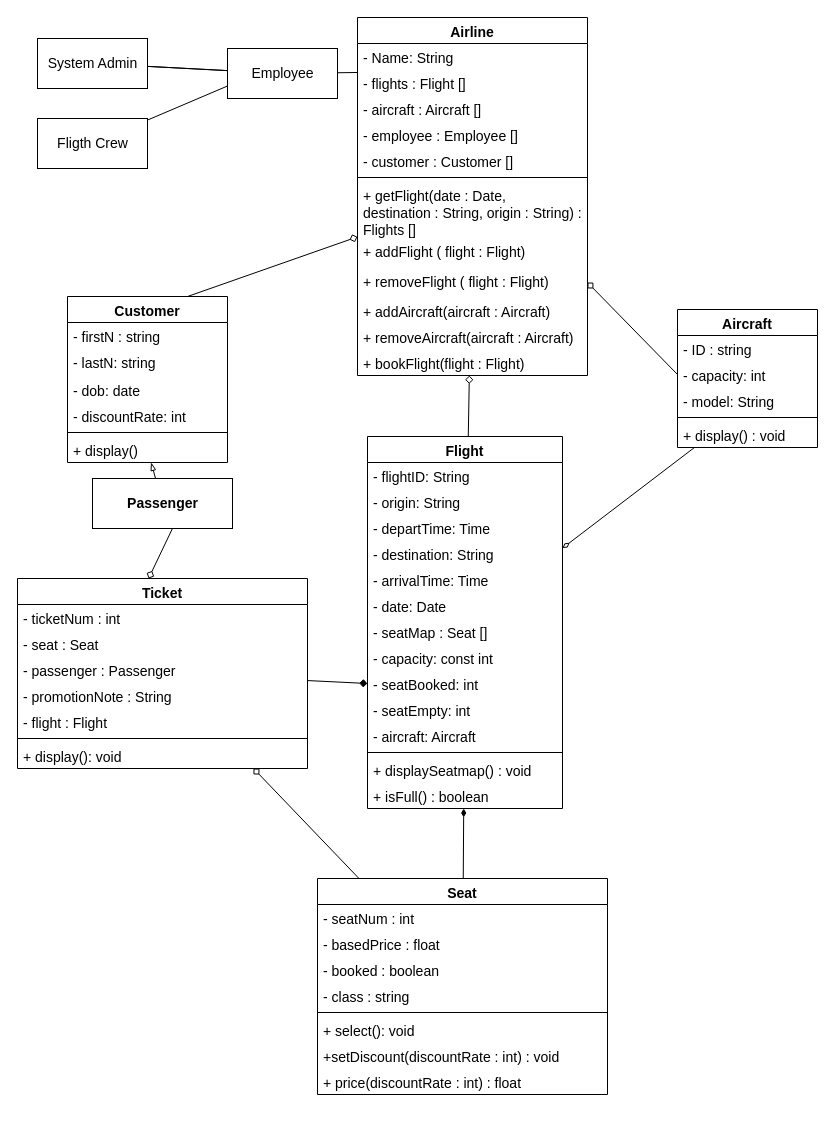
ESDiep/FlightReservationProject keeps this draw.io diagram as P2_Domain_Diagram/domain_full.drawio. Above is the earlier version. Source tidied: cells renumbered, new cells numbered last; positions are measured from the earlier drawing's top-left corner, leaving out a move shared by most shapes. Both pictures are drawn from the tidied source at 100%, with x=0, y=0 at pixel (17, 17).
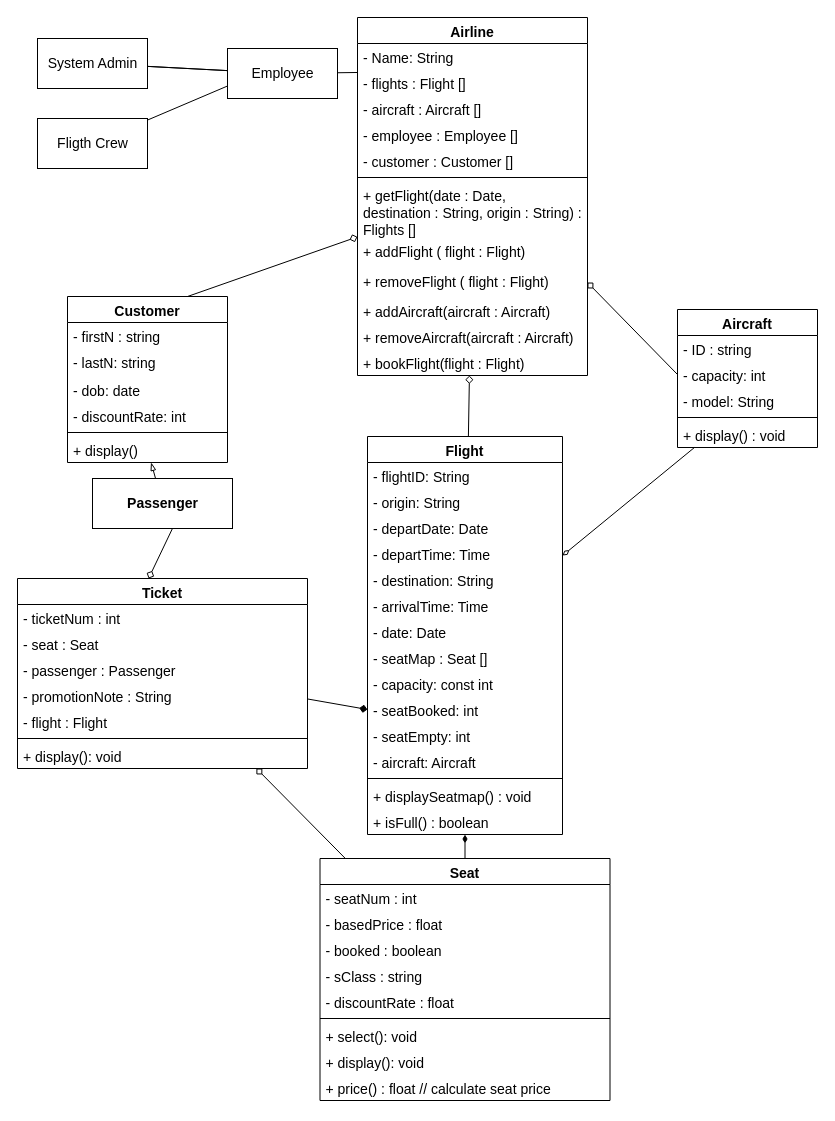
The same diagram, later.

Change to the diagram source:
```diff
@@
     <mxCell id="28" value="Flight" style="swimlane;fontStyle=1;align=center;verticalAlign=top;horizontal=1;startSize=26;fontSize=14;" parent="1" vertex="1">
-      <mxGeometry x="350" y="419" width="195" height="372" as="geometry" />
+      <mxGeometry x="350" y="419" width="195" height="398" as="geometry" />
     </mxCell>
@@
+    <mxCell id="77" value="- departDate: Date&#10;" style="text;strokeColor=none;fillColor=none;align=left;verticalAlign=top;spacingLeft=4;spacingRight=4;overflow=hidden;fontSize=14;" parent="28" vertex="1">
+      <mxGeometry y="78" width="195" height="26" as="geometry" />
+    </mxCell>
     <mxCell id="31" value="- departTime: Time&#10;" style="text;strokeColor=none;fillColor=none;align=left;verticalAlign=top;spacingLeft=4;spacingRight=4;overflow=hidden;fontSize=14;" parent="28" vertex="1">
-      <mxGeometry y="78" width="195" height="26" as="geometry" />
+      <mxGeometry y="104" width="195" height="26" as="geometry" />
     </mxCell>
     <mxCell id="32" value="- destination: String&#10;" style="text;strokeColor=none;fillColor=none;align=left;verticalAlign=top;spacingLeft=4;spacingRight=4;overflow=hidden;fontSize=14;" parent="28" vertex="1">
-      <mxGeometry y="104" width="195" height="26" as="geometry" />
+      <mxGeometry y="130" width="195" height="26" as="geometry" />
     </mxCell>
     <mxCell id="33" value="- arrivalTime: Time&#10;" style="text;strokeColor=none;fillColor=none;align=left;verticalAlign=top;spacingLeft=4;spacingRight=4;overflow=hidden;fontSize=14;" parent="28" vertex="1">
-      <mxGeometry y="130" width="195" height="26" as="geometry" />
+      <mxGeometry y="156" width="195" height="26" as="geometry" />
     </mxCell>
     <mxCell id="34" value="- date: Date&#10;" style="text;strokeColor=none;fillColor=none;align=left;verticalAlign=top;spacingLeft=4;spacingRight=4;overflow=hidden;fontSize=14;" parent="28" vertex="1">
-      <mxGeometry y="156" width="195" height="26" as="geometry" />
+      <mxGeometry y="182" width="195" height="26" as="geometry" />
     </mxCell>
     <mxCell id="35" value="- seatMap : Seat []" style="text;strokeColor=none;fillColor=none;align=left;verticalAlign=top;spacingLeft=4;spacingRight=4;overflow=hidden;fontSize=14;" parent="28" vertex="1">
-      <mxGeometry y="182" width="195" height="26" as="geometry" />
+      <mxGeometry y="208" width="195" height="26" as="geometry" />
     </mxCell>
     <mxCell id="36" value="- capacity: const int" style="text;strokeColor=none;fillColor=none;align=left;verticalAlign=top;spacingLeft=4;spacingRight=4;overflow=hidden;fontSize=14;" parent="28" vertex="1">
-      <mxGeometry y="208" width="195" height="26" as="geometry" />
+      <mxGeometry y="234" width="195" height="26" as="geometry" />
     </mxCell>
     <mxCell id="37" value="- seatBooked: int" style="text;strokeColor=none;fillColor=none;align=left;verticalAlign=top;spacingLeft=4;spacingRight=4;overflow=hidden;points=[[0,0.5],[1,0.5]];portConstraint=eastwest;fontSize=14;" parent="28" vertex="1">
-      <mxGeometry y="234" width="195" height="26" as="geometry" />
+      <mxGeometry y="260" width="195" height="26" as="geometry" />
     </mxCell>
     <mxCell id="38" value="- seatEmpty: int" style="text;strokeColor=none;fillColor=none;align=left;verticalAlign=top;spacingLeft=4;spacingRight=4;overflow=hidden;fontSize=14;" parent="28" vertex="1">
-      <mxGeometry y="260" width="195" height="26" as="geometry" />
+      <mxGeometry y="286" width="195" height="26" as="geometry" />
     </mxCell>
     <mxCell id="39" value="- aircraft: Aircraft" style="text;strokeColor=none;fillColor=none;align=left;verticalAlign=top;spacingLeft=4;spacingRight=4;overflow=hidden;fontSize=14;" parent="28" vertex="1">
-      <mxGeometry y="286" width="195" height="26" as="geometry" />
+      <mxGeometry y="312" width="195" height="26" as="geometry" />
     </mxCell>
     <mxCell id="40" style="line;strokeWidth=1;fillColor=none;align=left;verticalAlign=middle;spacingTop=-1;spacingLeft=3;spacingRight=3;labelPosition=right;strokeColor=inherit;fontSize=14;" parent="28" vertex="1">
-      <mxGeometry y="312" width="195" height="8" as="geometry" />
+      <mxGeometry y="338" width="195" height="8" as="geometry" />
     </mxCell>
     <mxCell id="41" value="+ displaySeatmap() : void" style="text;strokeColor=none;fillColor=none;align=left;verticalAlign=top;spacingLeft=4;spacingRight=4;overflow=hidden;fontSize=14;" parent="28" vertex="1">
-      <mxGeometry y="320" width="195" height="26" as="geometry" />
+      <mxGeometry y="346" width="195" height="26" as="geometry" />
     </mxCell>
     <mxCell id="42" value="+ isFull() : boolean" style="text;strokeColor=none;fillColor=none;align=left;verticalAlign=top;spacingLeft=4;spacingRight=4;overflow=hidden;fontSize=14;" parent="28" vertex="1">
-      <mxGeometry y="346" width="195" height="26" as="geometry" />
+      <mxGeometry y="372" width="195" height="26" as="geometry" />
     </mxCell>
@@
     <mxCell id="44" value="Seat" style="swimlane;fontStyle=1;align=center;verticalAlign=top;horizontal=1;startSize=26;fontSize=14;" parent="1" vertex="1">
-      <mxGeometry x="300" y="861" width="290" height="216" as="geometry" />
+      <mxGeometry x="302.5" y="841" width="290" height="242" as="geometry" />
     </mxCell>
@@
-    <mxCell id="48" value="- class : string" style="text;strokeColor=none;fillColor=none;align=left;verticalAlign=top;spacingLeft=4;spacingRight=4;overflow=hidden;fontSize=14;" parent="44" vertex="1">
+    <mxCell id="48" value="- sClass : string" style="text;strokeColor=none;fillColor=none;align=left;verticalAlign=top;spacingLeft=4;spacingRight=4;overflow=hidden;fontSize=14;" parent="44" vertex="1">
       <mxGeometry y="104" width="290" height="26" as="geometry" />
     </mxCell>
+    <mxCell id="78" value="- discountRate : float" style="text;strokeColor=none;fillColor=none;align=left;verticalAlign=top;spacingLeft=4;spacingRight=4;overflow=hidden;fontSize=14;" parent="44" vertex="1">
+      <mxGeometry y="130" width="290" height="26" as="geometry" />
+    </mxCell>
     <mxCell id="49" style="line;strokeWidth=1;fillColor=none;align=left;verticalAlign=middle;spacingTop=-1;spacingLeft=3;spacingRight=3;labelPosition=right;strokeColor=inherit;fontSize=14;" parent="44" vertex="1">
-      <mxGeometry y="130" width="290" height="8" as="geometry" />
+      <mxGeometry y="156" width="290" height="8" as="geometry" />
     </mxCell>
     <mxCell id="50" value="+ select(): void" style="text;strokeColor=none;fillColor=none;align=left;verticalAlign=top;spacingLeft=4;spacingRight=4;overflow=hidden;fontSize=14;" parent="44" vertex="1">
-      <mxGeometry y="138" width="290" height="26" as="geometry" />
+      <mxGeometry y="164" width="290" height="26" as="geometry" />
     </mxCell>
-    <mxCell id="51" value="+setDiscount(discountRate : int) : void" style="text;strokeColor=none;fillColor=none;align=left;verticalAlign=top;spacingLeft=4;spacingRight=4;overflow=hidden;fontSize=14;" parent="44" vertex="1">
-      <mxGeometry y="164" width="290" height="26" as="geometry" />
+    <mxCell id="51" value="+ display(): void" style="text;strokeColor=none;fillColor=none;align=left;verticalAlign=top;spacingLeft=4;spacingRight=4;overflow=hidden;fontSize=14;" parent="44" vertex="1">
+      <mxGeometry y="190" width="290" height="26" as="geometry" />
     </mxCell>
-    <mxCell id="52" value="+ price(discountRate : int) : float" style="text;strokeColor=none;fillColor=none;align=left;verticalAlign=top;spacingLeft=4;spacingRight=4;overflow=hidden;fontSize=14;" parent="44" vertex="1">
-      <mxGeometry y="190" width="290" height="26" as="geometry" />
+    <mxCell id="52" value="+ price() : float // calculate seat price" style="text;strokeColor=none;fillColor=none;align=left;verticalAlign=top;spacingLeft=4;spacingRight=4;overflow=hidden;fontSize=14;" parent="44" vertex="1">
+      <mxGeometry y="216" width="290" height="26" as="geometry" />
     </mxCell>
```
